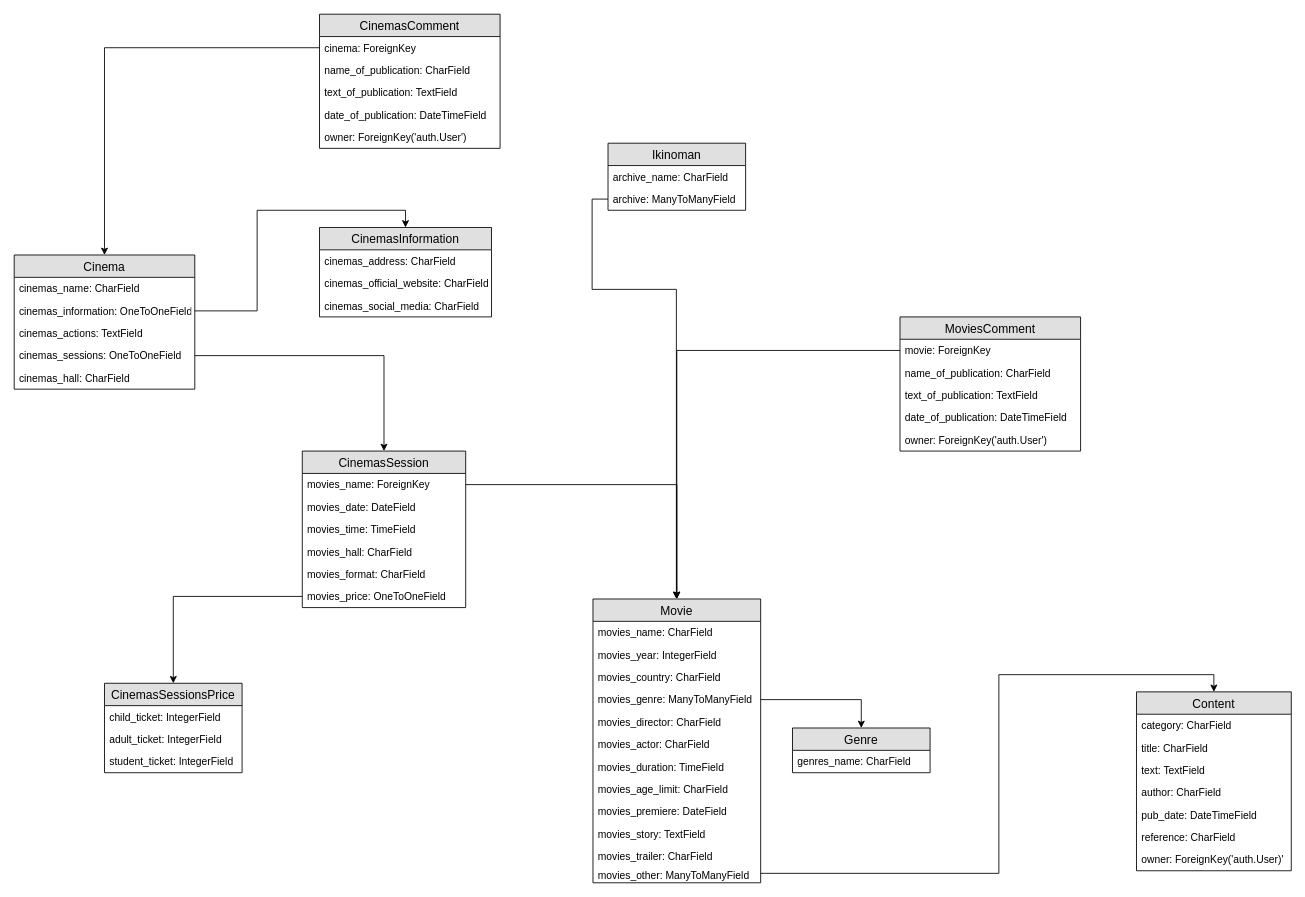
Before: Untitled Diagram.drawio in OLOLO6/Draw.io, a draw.io diagram. Source tidied: cells renumbered, new cells numbered last; positions are measured from the earlier drawing's top-left corner, leaving out a move shared by most shapes. Both pictures are drawn from the tidied source at 86%, with x=0, y=0 at pixel (14, 14).
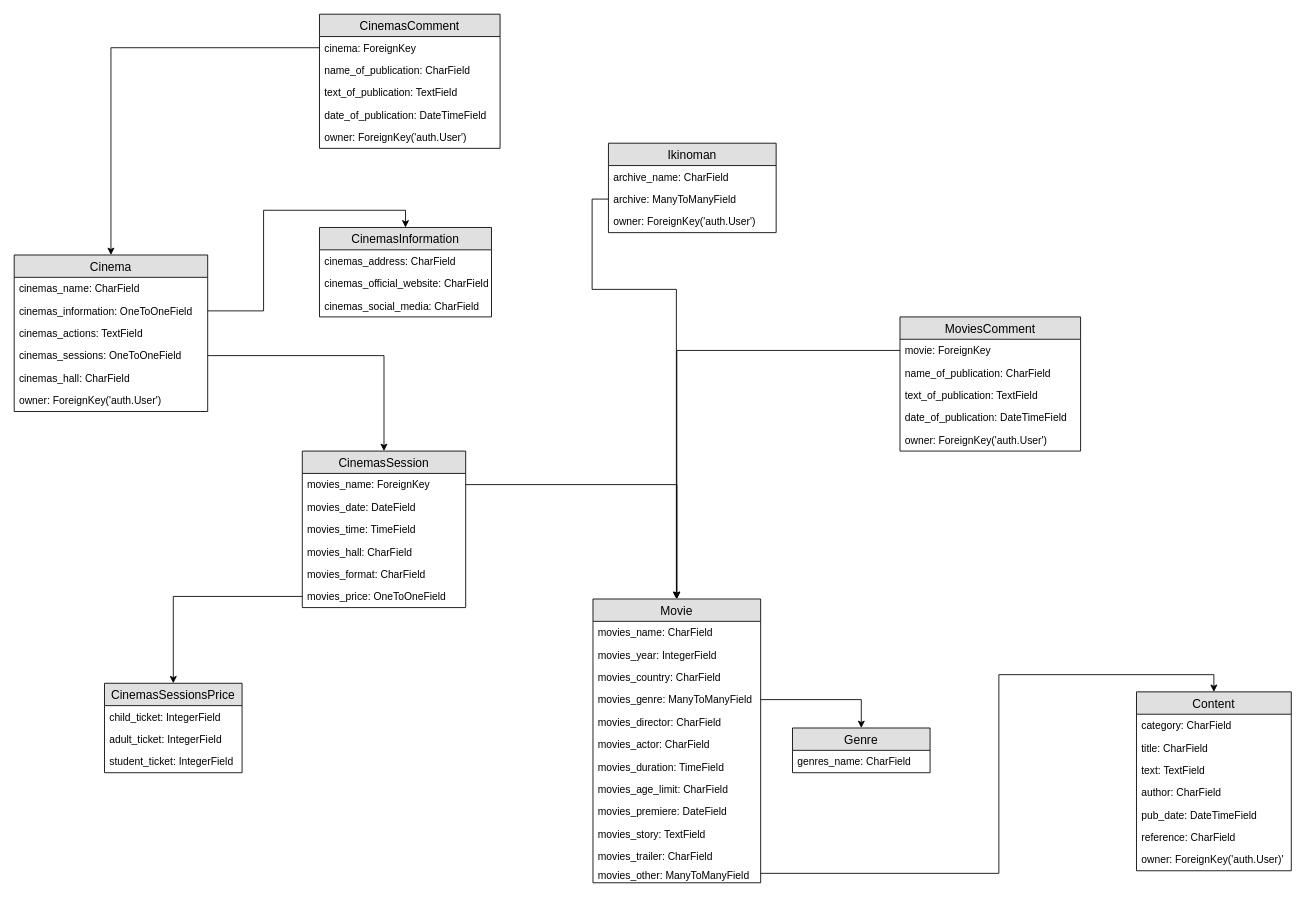
The same page after the edit.

Diff of the diagram source:
```diff
@@
     <mxCell id="40" value="Cinema" style="swimlane;fontStyle=0;horizontal=1;startSize=26;fillColor=#e0e0e0;swimlaneFillColor=#ffffff;align=center;fontSize=14;" parent="1" vertex="1">
-      <mxGeometry y="280" width="210" height="156" as="geometry" />
+      <mxGeometry y="280" width="225" height="182" as="geometry" />
     </mxCell>
     <mxCell id="41" value="cinemas_name: CharField" style="text;strokeColor=none;fillColor=none;spacingLeft=4;spacingRight=4;overflow=hidden;fontSize=12;" parent="40" vertex="1">
-      <mxGeometry y="26" width="210" height="26" as="geometry" />
+      <mxGeometry y="26" width="225" height="26" as="geometry" />
     </mxCell>
     <mxCell id="42" value="cinemas_information: OneToOneField" style="text;strokeColor=none;fillColor=none;spacingLeft=4;spacingRight=4;overflow=hidden;points=[[0,0.5],[1,0.5]];portConstraint=eastwest;fontSize=12;" parent="40" vertex="1">
-      <mxGeometry y="52" width="210" height="26" as="geometry" />
+      <mxGeometry y="52" width="225" height="26" as="geometry" />
     </mxCell>
     <mxCell id="43" value="cinemas_actions: TextField" style="text;strokeColor=none;fillColor=none;spacingLeft=4;spacingRight=4;overflow=hidden;fontSize=12;" parent="40" vertex="1">
-      <mxGeometry y="78" width="210" height="26" as="geometry" />
+      <mxGeometry y="78" width="225" height="26" as="geometry" />
     </mxCell>
     <mxCell id="44" value="cinemas_sessions: OneToOneField" style="text;strokeColor=none;fillColor=none;spacingLeft=4;spacingRight=4;overflow=hidden;points=[[0,0.5],[1,0.5]];portConstraint=eastwest;fontSize=12;" parent="40" vertex="1">
-      <mxGeometry y="104" width="210" height="26" as="geometry" />
+      <mxGeometry y="104" width="225" height="26" as="geometry" />
     </mxCell>
     <mxCell id="45" value="cinemas_hall: CharField" style="text;strokeColor=none;fillColor=none;spacingLeft=4;spacingRight=4;overflow=hidden;fontSize=12;" parent="40" vertex="1">
-      <mxGeometry y="130" width="210" height="26" as="geometry" />
+      <mxGeometry y="130" width="225" height="26" as="geometry" />
     </mxCell>
+    <mxCell id="70" value="owner: ForeignKey('auth.User')" style="text;strokeColor=none;fillColor=none;spacingLeft=4;spacingRight=4;overflow=hidden;fontSize=12;" parent="40" vertex="1">
+      <mxGeometry y="156" width="225" height="26" as="geometry" />
+    </mxCell>
     <mxCell id="46" value="Ikinoman" style="swimlane;fontStyle=0;horizontal=1;startSize=26;fillColor=#e0e0e0;swimlaneFillColor=#ffffff;align=center;fontSize=14;" parent="1" vertex="1">
-      <mxGeometry x="690.5" y="150" width="160" height="78" as="geometry" />
+      <mxGeometry x="691" y="150" width="195" height="104" as="geometry" />
     </mxCell>
     <mxCell id="47" value="archive_name: CharField" style="text;strokeColor=none;fillColor=none;spacingLeft=4;spacingRight=4;overflow=hidden;fontSize=12;" parent="46" vertex="1">
-      <mxGeometry y="26" width="160" height="26" as="geometry" />
+      <mxGeometry y="26" width="195" height="26" as="geometry" />
     </mxCell>
     <mxCell id="48" value="archive: ManyToManyField" style="text;strokeColor=none;fillColor=none;spacingLeft=4;spacingRight=4;overflow=hidden;points=[[0,0.5],[1,0.5]];portConstraint=eastwest;fontSize=12;" parent="46" vertex="1">
-      <mxGeometry y="52" width="160" height="26" as="geometry" />
+      <mxGeometry y="52" width="195" height="26" as="geometry" />
     </mxCell>
+    <mxCell id="71" value="owner: ForeignKey('auth.User')" style="text;strokeColor=none;fillColor=none;spacingLeft=4;spacingRight=4;overflow=hidden;fontSize=12;" parent="46" vertex="1">
+      <mxGeometry y="78" width="195" height="26" as="geometry" />
+    </mxCell>
```
